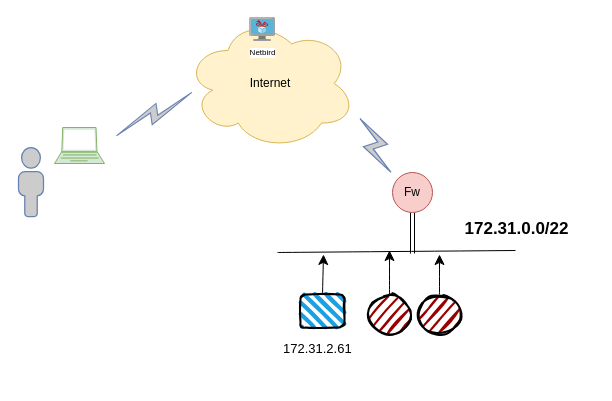
Before: netbird01.drawio in itrmutt/Note_for_20220507, a draw.io diagram. Source tidied: cells renumbered, new cells numbered last; positions are measured from the earlier drawing's top-left corner, leaving out a move shared by most shapes. Both pictures are drawn from the tidied source at 100%, with x=0, y=0 at pixel (18, 17).
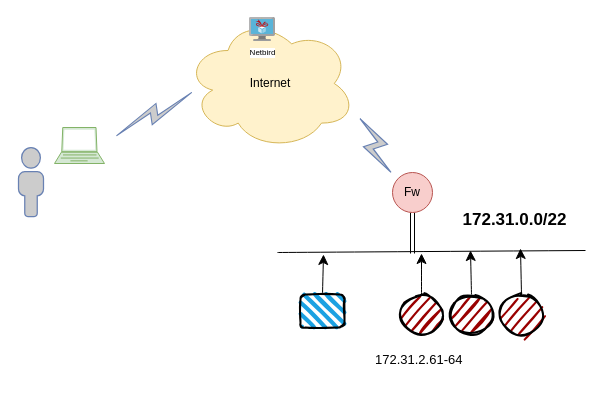
Above is the later version.

The edit, as a diff of the source:
```diff
@@
     <mxCell id="5" style="endArrow=none;html=1;rounded=0;fontSize=12;startSize=8;endSize=8;curved=1;" parent="1" edge="1">
       <mxGeometry relative="1" as="geometry">
         <mxPoint x="259" y="235" as="sourcePoint" />
-        <mxPoint x="497" y="233" as="targetPoint" />
+        <mxPoint x="567" y="233" as="targetPoint" />
       </mxGeometry>
     </mxCell>
@@
     <mxCell id="8" style="edgeStyle=none;curved=1;rounded=0;jettySize=auto;html=1;exitX=0.5;exitY=0;exitDx=0;exitDy=0;fontSize=12;startSize=8;endSize=8;" parent="1" edge="1" source="9">
       <mxGeometry relative="1" as="geometry">
-        <mxPoint x="371" y="233" as="targetPoint" />
+        <mxPoint x="403" y="236" as="targetPoint" />
       </mxGeometry>
     </mxCell>
     <mxCell id="9" style="ellipse;whiteSpace=wrap;html=1;strokeWidth=2;fillWeight=2;hachureGap=8;fillColor=#990000;fillStyle=dots;sketch=1;" parent="1" vertex="1">
-      <mxGeometry x="349" y="277" width="44" height="40" as="geometry" />
+      <mxGeometry x="381" y="277" width="44" height="40" as="geometry" />
     </mxCell>
     <mxCell id="10" style="edgeStyle=none;curved=1;rounded=0;jettySize=auto;html=1;exitX=0.5;exitY=0;exitDx=0;exitDy=0;fontSize=12;startSize=8;endSize=8;" parent="1" edge="1" source="11">
       <mxGeometry relative="1" as="geometry">
-        <mxPoint x="421" y="237" as="targetPoint" />
+        <mxPoint x="452" y="233" as="targetPoint" />
       </mxGeometry>
     </mxCell>
     <mxCell id="11" style="ellipse;whiteSpace=wrap;html=1;strokeWidth=2;fillWeight=2;hachureGap=8;fillColor=#990000;fillStyle=dots;sketch=1;" parent="1" vertex="1">
-      <mxGeometry x="399" y="277" width="44" height="40" as="geometry" />
+      <mxGeometry x="431" y="277" width="44" height="40" as="geometry" />
     </mxCell>
@@
     <mxCell id="13" value="172.31.0.0/22" style="text;strokeColor=none;fillColor=none;html=1;fontSize=17;fontStyle=1;verticalAlign=middle;align=center;" parent="1" vertex="1">
-      <mxGeometry x="419" y="192" width="158" height="40" as="geometry" />
+      <mxGeometry x="417" y="182" width="158" height="42" as="geometry" />
     </mxCell>
@@
-    <mxCell id="18" value="&lt;span style=&quot;caret-color: rgb(0, 0, 0); color: rgb(0, 0, 0); font-family: helvetica, arial, verdana, sans-serif; font-size: 13px; font-style: normal; font-variant-caps: normal; font-weight: 300; letter-spacing: normal; orphans: auto; text-align: right; text-indent: 0px; text-transform: none; white-space: normal; widows: auto; word-spacing: 0px; -webkit-text-stroke-width: 0px; background-color: rgb(255, 255, 255); text-decoration: none; display: inline !important; float: none;&quot;&gt;172.31.2.61&lt;/span&gt;" style="text;whiteSpace=wrap;html=1;" parent="1" vertex="1">
-      <mxGeometry x="263" y="317" width="97" height="38" as="geometry" />
+    <mxCell id="18" value="&lt;span style=&quot;caret-color: rgb(0, 0, 0); color: rgb(0, 0, 0); font-family: helvetica, arial, verdana, sans-serif; font-size: 13px; font-style: normal; font-variant-caps: normal; font-weight: 300; letter-spacing: normal; orphans: auto; text-align: right; text-indent: 0px; text-transform: none; white-space: normal; widows: auto; word-spacing: 0px; -webkit-text-stroke-width: 0px; background-color: rgb(255, 255, 255); text-decoration: none; display: inline !important; float: none;&quot;&gt;172.31.2.61-64&lt;/span&gt;" style="text;whiteSpace=wrap;html=1;" parent="1" vertex="1">
+      <mxGeometry x="354.5" y="328" width="97" height="38" as="geometry" />
     </mxCell>
+    <mxCell id="19" style="ellipse;whiteSpace=wrap;html=1;strokeWidth=2;fillWeight=2;hachureGap=8;fillColor=#990000;fillStyle=dots;sketch=1;" parent="1" vertex="1">
+      <mxGeometry x="481" y="277" width="44" height="40" as="geometry" />
+    </mxCell>
+    <mxCell id="20" style="edgeStyle=none;curved=1;rounded=0;jettySize=auto;html=1;exitX=0.5;exitY=0;exitDx=0;exitDy=0;fontSize=12;startSize=8;endSize=8;" parent="1" edge="1" source="19">
+      <mxGeometry relative="1" as="geometry">
+        <mxPoint x="502" y="231" as="targetPoint" />
+      </mxGeometry>
+    </mxCell>
```
